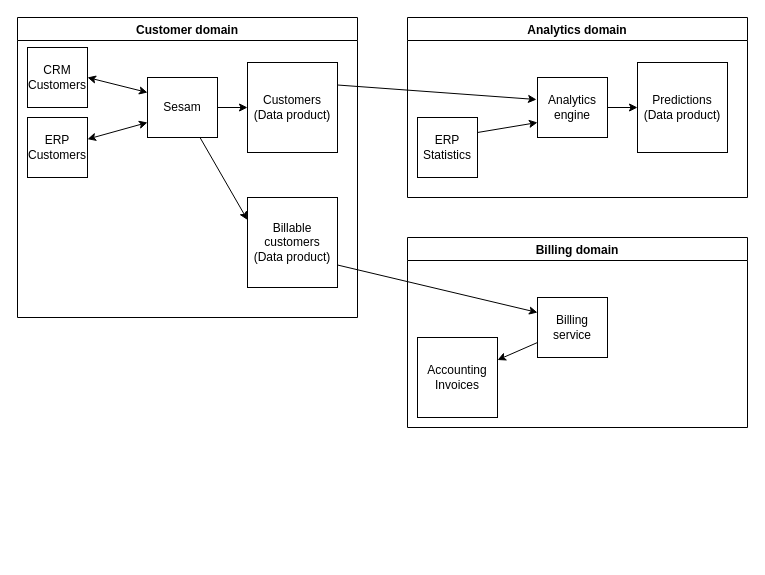
datanav/docs keeps this draw.io diagram as images/dataproduct.drawio. Above is the earlier version. Source tidied: cells renumbered, new cells numbered last; positions are measured from the earlier drawing's top-left corner, leaving out a move shared by most shapes. Both pictures are drawn from the tidied source at 100%, with x=0, y=0 at pixel (17, 17).
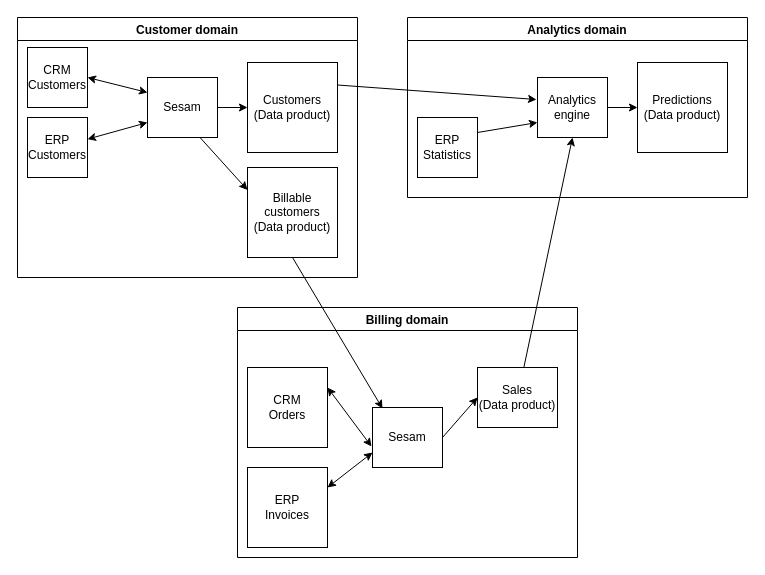
Above is the later version.

Commit message (it also covers changes not shown here):
Add billing context

The change refers to these unchanged cells:
```xml
<mxCell id="15" value="Analytics engine" style="rounded=0;whiteSpace=wrap;html=1;" parent="12" vertex="1">
  <mxGeometry x="130" y="60" width="70" height="60" as="geometry" />
</mxCell>
```

The edit, as a diff of the source:
```diff
@@
     <mxCell id="2" value="Customer domain" style="swimlane;fillColor=none;" parent="1" vertex="1">
-      <mxGeometry width="340" height="300" as="geometry" />
+      <mxGeometry width="340" height="260" as="geometry" />
     </mxCell>
@@
     <mxCell id="10" value="&lt;div&gt;Billable customers&lt;/div&gt;&lt;div&gt;(Data product)&lt;br&gt;&lt;/div&gt;" style="whiteSpace=wrap;html=1;" parent="2" vertex="1">
-      <mxGeometry x="230" y="180" width="90" height="90" as="geometry" />
+      <mxGeometry x="230" y="150" width="90" height="90" as="geometry" />
     </mxCell>
@@
     <mxCell id="19" value="Billing domain" style="swimlane;fillColor=none;" parent="1" vertex="1">
-      <mxGeometry x="390" y="220" width="340" height="190" as="geometry" />
+      <mxGeometry x="220" y="290" width="340" height="250" as="geometry" />
     </mxCell>
-    <mxCell id="20" value="&lt;div&gt;Accounting&lt;/div&gt;&lt;div&gt;Invoices&lt;br&gt;&lt;/div&gt;" style="whiteSpace=wrap;html=1;" parent="19" vertex="1">
-      <mxGeometry x="10" y="100" width="80" height="80" as="geometry" />
+    <mxCell id="20" value="&lt;div&gt;ERP&lt;/div&gt;&lt;div&gt;Invoices&lt;br&gt;&lt;/div&gt;" style="whiteSpace=wrap;html=1;" parent="19" vertex="1">
+      <mxGeometry x="10" y="160" width="80" height="80" as="geometry" />
     </mxCell>
-    <mxCell id="21" value="Billing service" style="rounded=0;whiteSpace=wrap;html=1;" parent="19" vertex="1">
-      <mxGeometry x="130" y="60" width="70" height="60" as="geometry" />
-    </mxCell>
-    <mxCell id="22" style="endArrow=none;startArrow=classic;html=1;rounded=0;entryX=0;entryY=0.75;entryDx=0;entryDy=0;" parent="19" edge="1" source="20" target="21">
-      <mxGeometry relative="1" as="geometry" />
-    </mxCell>
+    <mxCell id="24" value="&lt;div&gt;CRM&lt;/div&gt;&lt;div&gt;Orders&lt;br&gt;&lt;/div&gt;" style="whiteSpace=wrap;html=1;" parent="19" vertex="1">
+      <mxGeometry x="10" y="60" width="80" height="80" as="geometry" />
+    </mxCell>
+    <mxCell id="25" value="&lt;div&gt;Sesam&lt;/div&gt;" style="rounded=0;whiteSpace=wrap;html=1;" parent="19" vertex="1">
+      <mxGeometry x="135" y="100" width="70" height="60" as="geometry" />
+    </mxCell>
+    <mxCell id="26" style="endArrow=classic;startArrow=classic;html=1;rounded=0;entryX=1;entryY=0.25;entryDx=0;entryDy=0;exitX=-0.014;exitY=0.65;exitDx=0;exitDy=0;exitPerimeter=0;" parent="19" edge="1" source="25" target="24">
+      <mxGeometry relative="1" as="geometry" />
+    </mxCell>
+    <mxCell id="27" style="endArrow=classic;startArrow=classic;html=1;rounded=0;entryX=0;entryY=0.75;entryDx=0;entryDy=0;exitX=1;exitY=0.25;exitDx=0;exitDy=0;" parent="19" edge="1" source="20" target="25">
+      <mxGeometry relative="1" as="geometry" />
+    </mxCell>
+    <mxCell id="28" value="&lt;div&gt;Sales&lt;/div&gt;&lt;div&gt;(Data product)&lt;br&gt;&lt;/div&gt;" style="rounded=0;whiteSpace=wrap;html=1;" parent="19" vertex="1">
+      <mxGeometry x="240" y="60" width="80" height="60" as="geometry" />
+    </mxCell>
+    <mxCell id="29" style="endArrow=classic;html=1;rounded=0;entryX=0;entryY=0.5;entryDx=0;entryDy=0;exitX=1;exitY=0.5;exitDx=0;exitDy=0;" parent="19" edge="1" source="25" target="28">
+      <mxGeometry relative="1" as="geometry" />
+    </mxCell>
-    <mxCell id="23" style="endArrow=classic;html=1;rounded=0;entryX=0;entryY=0.25;entryDx=0;entryDy=0;exitX=1;exitY=0.75;exitDx=0;exitDy=0;" parent="1" edge="1" source="10" target="21">
+    <mxCell id="23" style="endArrow=classic;html=1;rounded=0;entryX=0.143;entryY=0.017;entryDx=0;entryDy=0;exitX=0.5;exitY=1;exitDx=0;exitDy=0;entryPerimeter=0;" parent="1" edge="1" source="10" target="25">
       <mxGeometry relative="1" as="geometry" />
     </mxCell>
+    <mxCell id="30" style="endArrow=classic;html=1;rounded=0;entryX=0.5;entryY=1;entryDx=0;entryDy=0;" parent="1" edge="1" source="28" target="15">
+      <mxGeometry relative="1" as="geometry" />
+    </mxCell>
```
